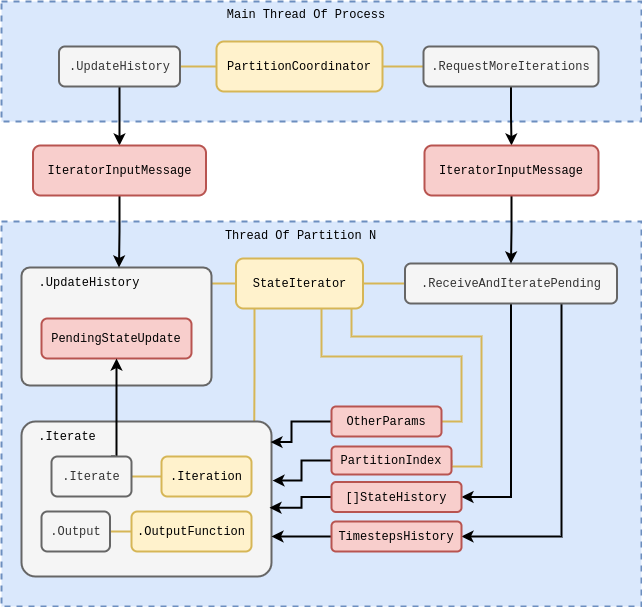
Earlier version of the draw.io export assets/stochadexI/stochadexI-stochadex-loop.drawio.png (umbralcalc/umbralcalc.github.io). Source tidied: cells renumbered, new cells last; positions are measured from the earlier drawing's top-left corner, leaving out a move shared by most shapes. Source of this version:
```xml
<mxGraphModel math="1">
  <root>
    <mxCell id="0" />
    <mxCell id="1" parent="0" />
    <mxCell id="2" style="rounded=0;whiteSpace=wrap;html=1;dashed=1;strokeWidth=2;fillColor=#dae8fc;strokeColor=#6c8ebf;" parent="1" vertex="1">
      <mxGeometry y="220" width="640" height="385" as="geometry" />
    </mxCell>
    <mxCell id="3" style="rounded=0;whiteSpace=wrap;html=1;dashed=1;strokeWidth=2;fillColor=#dae8fc;strokeColor=#6c8ebf;" parent="1" vertex="1">
      <mxGeometry width="640" height="120" as="geometry" />
    </mxCell>
    <mxCell id="4" value="&lt;font face=&quot;Courier New&quot;&gt;PartitionCoordinator&lt;/font&gt;" style="rounded=1;whiteSpace=wrap;html=1;fillColor=#fff2cc;strokeColor=#d6b656;strokeWidth=2;" parent="1" vertex="1">
      <mxGeometry x="215" y="40" width="166" height="50" as="geometry" />
    </mxCell>
    <mxCell id="5" style="edgeStyle=orthogonalEdgeStyle;rounded=0;jettySize=auto;html=1;strokeWidth=2;" parent="1" edge="1" source="36" target="20">
      <mxGeometry relative="1" as="geometry" />
    </mxCell>
    <mxCell id="6" style="edgeStyle=orthogonalEdgeStyle;rounded=0;jettySize=auto;html=1;entryX=0.5;entryY=0;entryDx=0;entryDy=0;strokeWidth=2;" parent="1" edge="1" source="37" target="25">
      <mxGeometry relative="1" as="geometry" />
    </mxCell>
    <mxCell id="7" value="&lt;font face=&quot;Courier New&quot;&gt;Main Thread Of Process&lt;/font&gt;" style="text;html=1;strokeColor=none;fillColor=none;align=center;verticalAlign=middle;whiteSpace=wrap;rounded=0;" parent="1" vertex="1">
      <mxGeometry x="180" width="250" height="25" as="geometry" />
    </mxCell>
    <mxCell id="8" style="endArrow=none;html=1;rounded=0;exitX=1;exitY=0.5;exitDx=0;exitDy=0;entryX=0;entryY=0.5;entryDx=0;entryDy=0;strokeWidth=2;fillColor=#fff2cc;strokeColor=#d6b656;" parent="1" edge="1" source="37" target="4">
      <mxGeometry relative="1" as="geometry" />
    </mxCell>
    <mxCell id="9" style="endArrow=none;html=1;rounded=0;exitX=0;exitY=0.5;exitDx=0;exitDy=0;entryX=1;entryY=0.5;entryDx=0;entryDy=0;strokeWidth=2;fillColor=#fff2cc;strokeColor=#d6b656;" parent="1" edge="1" source="36" target="4">
      <mxGeometry relative="1" as="geometry" />
    </mxCell>
    <mxCell id="10" style="edgeStyle=orthogonalEdgeStyle;rounded=0;jettySize=auto;html=1;exitX=1;exitY=0.5;exitDx=0;exitDy=0;entryX=0;entryY=0.5;entryDx=0;entryDy=0;strokeWidth=2;endArrow=none;endFill=0;fillColor=#fff2cc;strokeColor=#d6b656;" parent="1" edge="1" source="15" target="18">
      <mxGeometry relative="1" as="geometry" />
    </mxCell>
    <mxCell id="11" style="edgeStyle=orthogonalEdgeStyle;rounded=0;jettySize=auto;html=1;strokeWidth=2;endArrow=none;endFill=0;fillColor=#fff2cc;strokeColor=#d6b656;entryX=0.931;entryY=0.007;entryDx=0;entryDy=0;entryPerimeter=0;" parent="1" edge="1" source="15" target="23">
      <mxGeometry relative="1" as="geometry">
        <Array as="points">
          <mxPoint x="253" y="375" />
          <mxPoint x="253" y="375" />
        </Array>
      </mxGeometry>
    </mxCell>
    <mxCell id="12" style="edgeStyle=orthogonalEdgeStyle;rounded=0;jettySize=auto;html=1;entryX=1;entryY=0.5;entryDx=0;entryDy=0;endArrow=none;endFill=0;strokeWidth=2;fillColor=#fff2cc;strokeColor=#d6b656;" parent="1" edge="1" source="15" target="27">
      <mxGeometry relative="1" as="geometry">
        <Array as="points">
          <mxPoint x="320" y="355" />
          <mxPoint x="460" y="355" />
          <mxPoint x="460" y="420" />
        </Array>
      </mxGeometry>
    </mxCell>
    <mxCell id="13" style="edgeStyle=orthogonalEdgeStyle;rounded=0;jettySize=auto;html=1;entryX=1;entryY=0.5;entryDx=0;entryDy=0;strokeWidth=2;endArrow=none;endFill=0;fillColor=#fff2cc;strokeColor=#d6b656;" parent="1" edge="1" source="15" target="29">
      <mxGeometry relative="1" as="geometry">
        <Array as="points">
          <mxPoint x="350" y="335" />
          <mxPoint x="480" y="335" />
          <mxPoint x="480" y="465" />
          <mxPoint x="450" y="465" />
        </Array>
      </mxGeometry>
    </mxCell>
    <mxCell id="14" style="edgeStyle=orthogonalEdgeStyle;rounded=0;jettySize=auto;html=1;fillColor=#fff2cc;strokeColor=#d6b656;strokeWidth=2;endArrow=none;endFill=0;" parent="1" edge="1" source="15" target="22">
      <mxGeometry relative="1" as="geometry">
        <Array as="points">
          <mxPoint x="230" y="282" />
          <mxPoint x="230" y="282" />
        </Array>
      </mxGeometry>
    </mxCell>
    <mxCell id="15" value="&lt;font face=&quot;Courier New&quot;&gt;StateIterator&lt;/font&gt;" style="rounded=1;whiteSpace=wrap;html=1;fillColor=#fff2cc;strokeColor=#d6b656;strokeWidth=2;" parent="1" vertex="1">
      <mxGeometry x="234.5" y="257" width="127" height="50" as="geometry" />
    </mxCell>
    <mxCell id="16" style="edgeStyle=orthogonalEdgeStyle;rounded=0;jettySize=auto;html=1;entryX=1;entryY=0.5;entryDx=0;entryDy=0;strokeWidth=2;" parent="1" edge="1" source="18" target="31">
      <mxGeometry relative="1" as="geometry" />
    </mxCell>
    <mxCell id="17" style="edgeStyle=orthogonalEdgeStyle;rounded=0;jettySize=auto;html=1;entryX=1;entryY=0.5;entryDx=0;entryDy=0;strokeWidth=2;" parent="1" edge="1" source="18" target="33">
      <mxGeometry relative="1" as="geometry">
        <Array as="points">
          <mxPoint x="560" y="535" />
        </Array>
      </mxGeometry>
    </mxCell>
    <mxCell id="18" value="&lt;font style=&quot;&quot; face=&quot;Courier New&quot;&gt;.ReceiveAndIteratePending&lt;/font&gt;" style="rounded=1;whiteSpace=wrap;html=1;strokeWidth=2;fillColor=#f5f5f5;fontColor=#333333;strokeColor=#666666;" parent="1" vertex="1">
      <mxGeometry x="403.5" y="262" width="212" height="40" as="geometry" />
    </mxCell>
    <mxCell id="19" style="edgeStyle=orthogonalEdgeStyle;rounded=0;jettySize=auto;html=1;strokeWidth=2;" parent="1" edge="1" source="20" target="18">
      <mxGeometry relative="1" as="geometry" />
    </mxCell>
    <mxCell id="20" value="&lt;font face=&quot;Courier New&quot;&gt;IteratorInputMessage&lt;/font&gt;" style="rounded=1;whiteSpace=wrap;html=1;fillColor=#f8cecc;strokeColor=#b85450;strokeWidth=2;" parent="1" vertex="1">
      <mxGeometry x="423" y="144" width="174" height="50" as="geometry" />
    </mxCell>
    <mxCell id="21" value="&lt;font face=&quot;Courier New&quot;&gt;Thread Of Partition N&lt;/font&gt;" style="text;html=1;strokeColor=none;fillColor=none;align=center;verticalAlign=middle;whiteSpace=wrap;rounded=0;" parent="1" vertex="1">
      <mxGeometry x="218" y="218.5" width="163" height="30" as="geometry" />
    </mxCell>
    <mxCell id="22" style="rounded=1;whiteSpace=wrap;html=1;strokeWidth=2;fillColor=#f5f5f5;fontColor=#333333;strokeColor=#666666;arcSize=7;" parent="1" vertex="1">
      <mxGeometry x="20" y="266" width="190" height="118" as="geometry" />
    </mxCell>
    <mxCell id="23" style="rounded=1;whiteSpace=wrap;html=1;strokeWidth=2;fillColor=#f5f5f5;strokeColor=#666666;fontColor=#333333;arcSize=9;" parent="1" vertex="1">
      <mxGeometry x="20" y="420" width="250" height="155" as="geometry" />
    </mxCell>
    <mxCell id="24" style="edgeStyle=orthogonalEdgeStyle;rounded=0;jettySize=auto;html=1;strokeWidth=2;entryX=1;entryY=0;entryDx=0;entryDy=0;" parent="1" edge="1" source="25" target="35">
      <mxGeometry relative="1" as="geometry" />
    </mxCell>
    <mxCell id="25" value="&lt;font face=&quot;Courier New&quot;&gt;IteratorInputMessage&lt;/font&gt;" style="rounded=1;whiteSpace=wrap;html=1;fillColor=#f8cecc;strokeColor=#b85450;strokeWidth=2;" parent="1" vertex="1">
      <mxGeometry x="31.5" y="144" width="173" height="50" as="geometry" />
    </mxCell>
    <mxCell id="26" style="edgeStyle=orthogonalEdgeStyle;rounded=0;jettySize=auto;html=1;exitX=0;exitY=0.5;exitDx=0;exitDy=0;entryX=0.996;entryY=0.133;entryDx=0;entryDy=0;strokeWidth=2;entryPerimeter=0;" parent="1" edge="1" source="27" target="23">
      <mxGeometry relative="1" as="geometry">
        <Array as="points">
          <mxPoint x="290" y="420" />
          <mxPoint x="290" y="441" />
        </Array>
      </mxGeometry>
    </mxCell>
    <mxCell id="27" value="&lt;font face=&quot;Courier New&quot;&gt;OtherParams&lt;/font&gt;" style="rounded=1;whiteSpace=wrap;html=1;fillColor=#f8cecc;strokeColor=#b85450;strokeWidth=2;" parent="1" vertex="1">
      <mxGeometry x="330" y="405" width="110" height="30" as="geometry" />
    </mxCell>
    <mxCell id="28" style="edgeStyle=orthogonalEdgeStyle;rounded=0;jettySize=auto;html=1;strokeWidth=2;exitX=0;exitY=0.5;exitDx=0;exitDy=0;entryX=1.004;entryY=0.381;entryDx=0;entryDy=0;entryPerimeter=0;" parent="1" edge="1" source="29" target="23">
      <mxGeometry relative="1" as="geometry">
        <Array as="points">
          <mxPoint x="300" y="459" />
          <mxPoint x="300" y="479" />
        </Array>
      </mxGeometry>
    </mxCell>
    <mxCell id="29" value="&lt;font face=&quot;Courier New&quot;&gt;PartitionIndex&lt;/font&gt;" style="rounded=1;whiteSpace=wrap;html=1;fillColor=#f8cecc;strokeColor=#b85450;strokeWidth=2;" parent="1" vertex="1">
      <mxGeometry x="330" y="445" width="120" height="28" as="geometry" />
    </mxCell>
    <mxCell id="30" style="edgeStyle=orthogonalEdgeStyle;rounded=0;jettySize=auto;html=1;entryX=0.992;entryY=0.556;entryDx=0;entryDy=0;entryPerimeter=0;strokeWidth=2;" parent="1" edge="1" source="31" target="23">
      <mxGeometry relative="1" as="geometry" />
    </mxCell>
    <mxCell id="31" value="&lt;font face=&quot;Courier New&quot;&gt;[]StateHistory&lt;/font&gt;" style="rounded=1;whiteSpace=wrap;html=1;fillColor=#f8cecc;strokeColor=#b85450;strokeWidth=2;" parent="1" vertex="1">
      <mxGeometry x="330" y="480.5" width="130" height="30" as="geometry" />
    </mxCell>
    <mxCell id="32" style="edgeStyle=orthogonalEdgeStyle;rounded=0;jettySize=auto;html=1;strokeWidth=2;" parent="1" edge="1" source="33">
      <mxGeometry relative="1" as="geometry">
        <mxPoint x="270" y="535" as="targetPoint" />
      </mxGeometry>
    </mxCell>
    <mxCell id="33" value="&lt;font face=&quot;Courier New&quot;&gt;TimestepsHistory&lt;/font&gt;" style="rounded=1;whiteSpace=wrap;html=1;fillColor=#f8cecc;strokeColor=#b85450;strokeWidth=2;" parent="1" vertex="1">
      <mxGeometry x="330" y="520" width="130" height="30" as="geometry" />
    </mxCell>
    <mxCell id="34" value="&lt;font face=&quot;Courier New&quot;&gt;PendingStateUpdate&lt;/font&gt;" style="rounded=1;whiteSpace=wrap;html=1;fillColor=#f8cecc;strokeColor=#b85450;strokeWidth=2;" parent="1" vertex="1">
      <mxGeometry x="40" y="317" width="150" height="40" as="geometry" />
    </mxCell>
    <mxCell id="35" value="&lt;font face=&quot;Courier New&quot;&gt;.UpdateHistory&lt;/font&gt;" style="text;html=1;strokeColor=none;fillColor=none;align=center;verticalAlign=middle;whiteSpace=wrap;rounded=0;" parent="1" vertex="1">
      <mxGeometry x="57.5" y="266" width="60" height="30" as="geometry" />
    </mxCell>
    <mxCell id="36" value="&lt;font style=&quot;&quot; face=&quot;Courier New&quot;&gt;.RequestMoreIterations&lt;/font&gt;" style="rounded=1;whiteSpace=wrap;html=1;strokeWidth=2;fillColor=#f5f5f5;fontColor=#333333;strokeColor=#666666;" parent="1" vertex="1">
      <mxGeometry x="422" y="45" width="175" height="40" as="geometry" />
    </mxCell>
    <mxCell id="37" value="&lt;font style=&quot;&quot; face=&quot;Courier New&quot;&gt;.UpdateHistory&lt;/font&gt;" style="rounded=1;whiteSpace=wrap;html=1;strokeWidth=2;fillColor=#f5f5f5;fontColor=#333333;strokeColor=#666666;" parent="1" vertex="1">
      <mxGeometry x="57.5" y="45" width="121" height="40" as="geometry" />
    </mxCell>
    <mxCell id="38" value="&lt;font face=&quot;Courier New&quot;&gt;.Iterate&lt;/font&gt;" style="text;html=1;strokeColor=none;fillColor=none;align=center;verticalAlign=middle;whiteSpace=wrap;rounded=0;" parent="1" vertex="1">
      <mxGeometry x="35.5" y="420" width="60" height="30" as="geometry" />
    </mxCell>
    <mxCell id="39" style="edgeStyle=orthogonalEdgeStyle;rounded=0;jettySize=auto;html=1;strokeWidth=2;fillColor=#fff2cc;strokeColor=#d6b656;endArrow=none;endFill=0;" parent="1" edge="1" source="45" target="40">
      <mxGeometry relative="1" as="geometry" />
    </mxCell>
    <mxCell id="40" value="&lt;font style=&quot;&quot; face=&quot;Courier New&quot;&gt;.Iteration&lt;/font&gt;" style="rounded=1;whiteSpace=wrap;html=1;strokeWidth=2;fillColor=#fff2cc;strokeColor=#d6b656;" parent="1" vertex="1">
      <mxGeometry x="160" y="455" width="90" height="40" as="geometry" />
    </mxCell>
    <mxCell id="41" style="edgeStyle=orthogonalEdgeStyle;rounded=0;jettySize=auto;html=1;entryX=0.5;entryY=1;entryDx=0;entryDy=0;strokeWidth=2;exitX=0.75;exitY=0;exitDx=0;exitDy=0;" parent="1" edge="1" source="45" target="34">
      <mxGeometry relative="1" as="geometry">
        <Array as="points">
          <mxPoint x="115" y="455" />
        </Array>
      </mxGeometry>
    </mxCell>
    <mxCell id="42" value="&lt;font style=&quot;&quot; face=&quot;Courier New&quot;&gt;.OutputFunction&lt;/font&gt;" style="rounded=1;whiteSpace=wrap;html=1;strokeWidth=2;fillColor=#fff2cc;strokeColor=#d6b656;" parent="1" vertex="1">
      <mxGeometry x="130" y="510" width="120" height="40" as="geometry" />
    </mxCell>
    <mxCell id="43" style="edgeStyle=orthogonalEdgeStyle;rounded=0;jettySize=auto;html=1;fillColor=#fff2cc;strokeColor=#d6b656;strokeWidth=2;endArrow=none;endFill=0;" parent="1" edge="1" source="44" target="42">
      <mxGeometry relative="1" as="geometry" />
    </mxCell>
    <mxCell id="44" value="&lt;font style=&quot;&quot; face=&quot;Courier New&quot;&gt;.Output&lt;/font&gt;" style="rounded=1;whiteSpace=wrap;html=1;strokeWidth=2;fillColor=#f5f5f5;fontColor=#333333;strokeColor=#666666;" parent="1" vertex="1">
      <mxGeometry x="40" y="510" width="68.5" height="40" as="geometry" />
    </mxCell>
    <mxCell id="45" value="&lt;font style=&quot;&quot; face=&quot;Courier New&quot;&gt;.Iterate&lt;/font&gt;" style="rounded=1;whiteSpace=wrap;html=1;strokeWidth=2;fillColor=#f5f5f5;fontColor=#333333;strokeColor=#666666;" parent="1" vertex="1">
      <mxGeometry x="50" y="455" width="80" height="40" as="geometry" />
    </mxCell>
  </root>
</mxGraphModel>
```
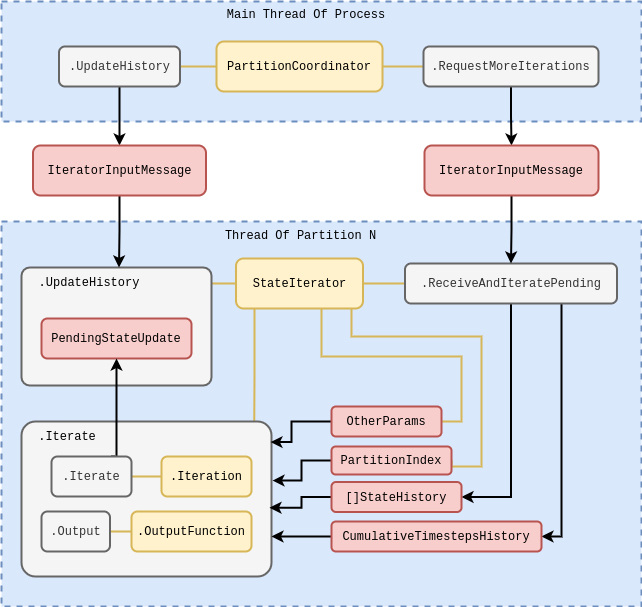
After the change.

What changed in the source:
```diff
@@ -134,8 +134,8 @@
         <mxPoint x="270" y="535" as="targetPoint" />
       </mxGeometry>
     </mxCell>
-    <mxCell id="33" value="&lt;font face=&quot;Courier New&quot;&gt;TimestepsHistory&lt;/font&gt;" style="rounded=1;whiteSpace=wrap;html=1;fillColor=#f8cecc;strokeColor=#b85450;strokeWidth=2;" parent="1" vertex="1">
-      <mxGeometry x="330" y="520" width="130" height="30" as="geometry" />
+    <mxCell id="33" value="&lt;span style=&quot;font-family: &amp;quot;Courier New&amp;quot;;&quot;&gt;CumulativeTimestepsHistory&lt;/span&gt;" style="rounded=1;whiteSpace=wrap;html=1;fillColor=#f8cecc;strokeColor=#b85450;strokeWidth=2;" parent="1" vertex="1">
+      <mxGeometry x="330" y="520" width="210" height="30" as="geometry" />
     </mxCell>
     <mxCell id="34" value="&lt;font face=&quot;Courier New&quot;&gt;PendingStateUpdate&lt;/font&gt;" style="rounded=1;whiteSpace=wrap;html=1;fillColor=#f8cecc;strokeColor=#b85450;strokeWidth=2;" parent="1" vertex="1">
       <mxGeometry x="40" y="317" width="150" height="40" as="geometry" />
```
